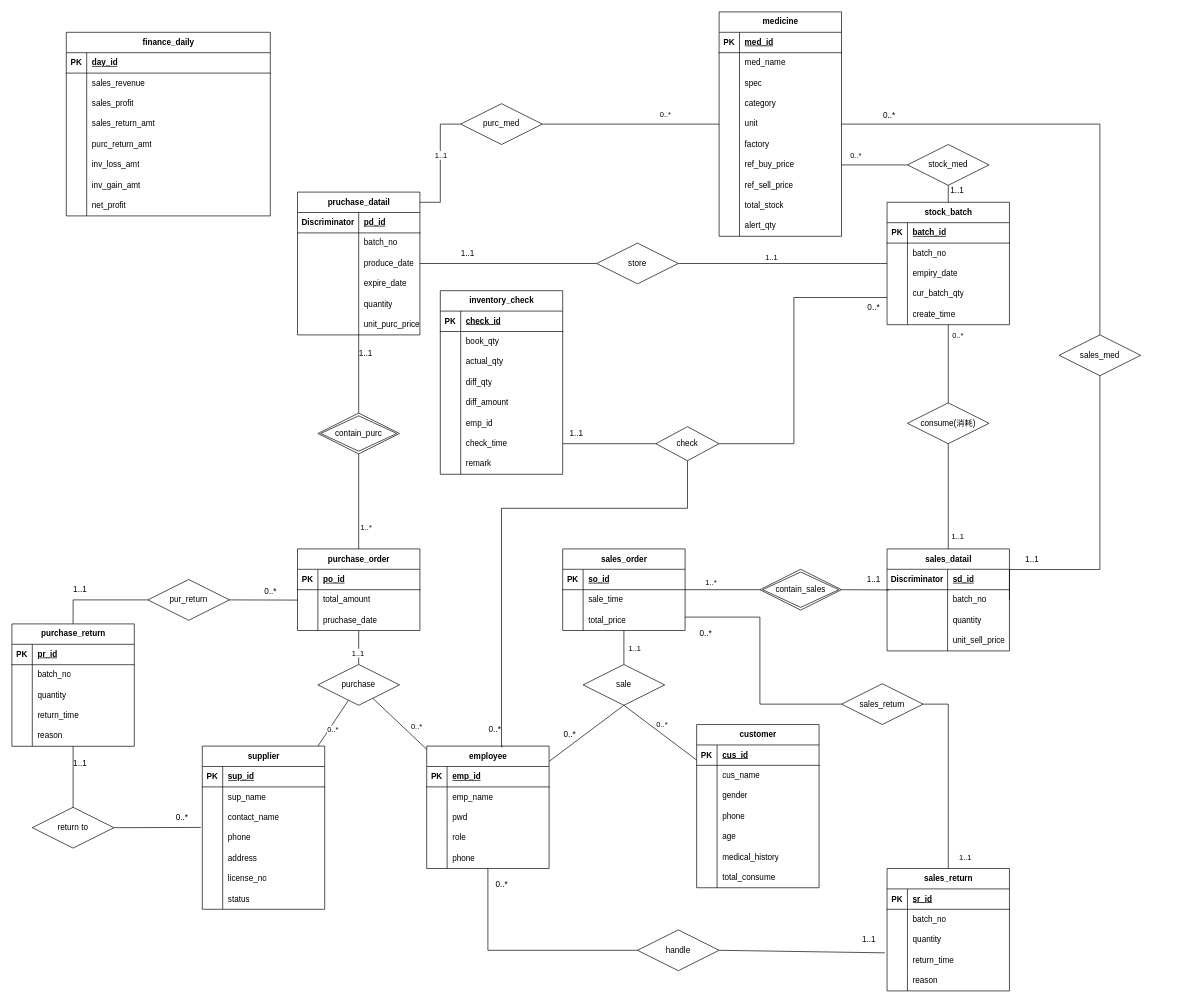
Above: ER.drawio in zhengxf37/medicine_sale (draw.io), before the change. Source tidied: cells renumbered, new cells numbered last; positions are measured from the earlier drawing's top-left corner, leaving out a move shared by most shapes. Both pictures are drawn from the tidied source at 68%, with x=0, y=0 at pixel (12, 12).
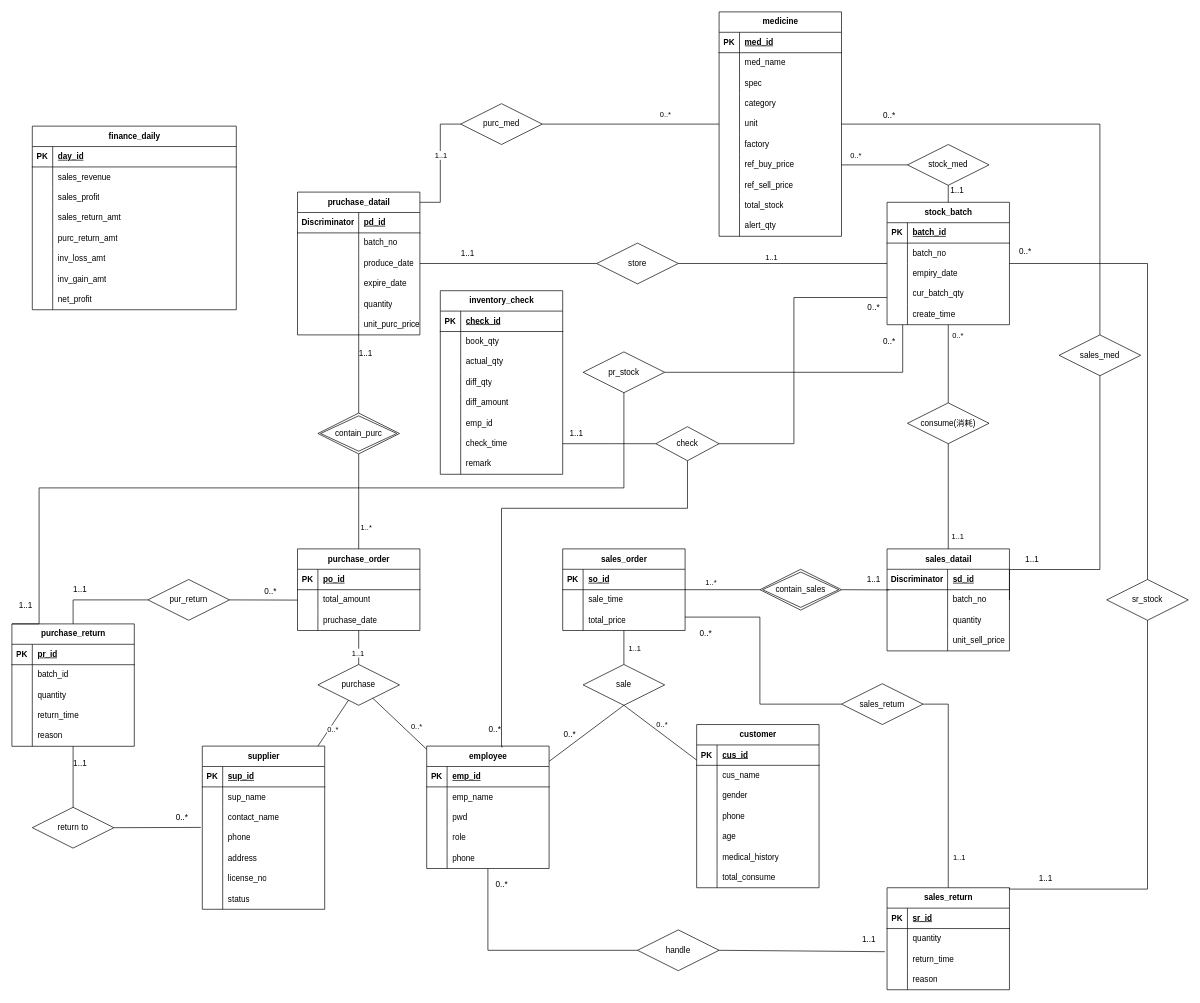
After the change.

Commit message (it also covers changes not shown here):
更新表结构

The change refers to these unchanged cells:
```xml
<mxCell id="93" value="stock_batch" style="shape=table;startSize=30;childLayout=tableLayout;rowLines=0;fontStyle=1;align=center;html=1;" parent="1" vertex="1">
  <mxGeometry x="1287" y="280" width="180" height="180" as="geometry" />
</mxCell>
<mxCell id="260" style="endArrow=none;html=1;rounded=0;exitX=1;exitY=0.5;exitDx=0;exitDy=0;edgeStyle=orthogonalEdgeStyle;" parent="1" edge="1" source="258" target="242">
  <mxGeometry relative="1" as="geometry">
    <Array as="points">
      <mxPoint x="1377" y="1018" />
    </Array>
  </mxGeometry>
</mxCell>
<mxCell id="266" value="purchase_return" style="shape=table;startSize=30;childLayout=tableLayout;rowLines=0;fontStyle=1;align=center;html=1;" parent="1" vertex="1">
  <mxGeometry y="900" width="180" height="180" as="geometry" />
</mxCell>
<mxCell id="270" style="shape=tableRow;horizontal=0;startSize=0;swimlaneHead=0;swimlaneBody=0;fillColor=none;top=0;left=0;right=0;bottom=0;" parent="266" vertex="1">
  <mxGeometry y="60" width="180" height="30" as="geometry" />
</mxCell>
```

Change to the diagram source:
```diff
@@
     <mxCell id="242" value="sales_return" style="shape=table;startSize=30;childLayout=tableLayout;rowLines=0;fontStyle=1;align=center;html=1;" parent="1" vertex="1">
-      <mxGeometry x="1287" y="1259.7" width="180" height="180" as="geometry" />
+      <mxGeometry x="1287" y="1288" width="180" height="150" as="geometry" />
     </mxCell>
@@
-    <mxCell id="246" style="shape=tableRow;horizontal=0;startSize=0;swimlaneHead=0;swimlaneBody=0;fillColor=none;top=0;left=0;right=0;bottom=0;" parent="242" vertex="1">
-      <mxGeometry y="60" width="180" height="30" as="geometry" />
-    </mxCell>
-    <mxCell id="247" style="shape=partialRectangle;fillColor=none;top=0;left=0;bottom=0;right=0;overflow=hidden;whiteSpace=wrap;html=1;" parent="246" vertex="1">
-      <mxGeometry width="30" height="30" as="geometry" />
-    </mxCell>
-    <mxCell id="248" value="batch_no" style="shape=partialRectangle;fillColor=none;top=0;left=0;bottom=0;right=0;align=left;spacingLeft=6;overflow=hidden;whiteSpace=wrap;html=1;" parent="246" vertex="1">
-      <mxGeometry x="30" width="150" height="30" as="geometry" />
-    </mxCell>
     <mxCell id="249" style="shape=tableRow;horizontal=0;startSize=0;swimlaneHead=0;swimlaneBody=0;fillColor=none;top=0;left=0;right=0;bottom=0;" parent="242" vertex="1">
-      <mxGeometry y="90" width="180" height="30" as="geometry" />
+      <mxGeometry y="60" width="180" height="30" as="geometry" />
     </mxCell>
@@
     <mxCell id="252" style="shape=tableRow;horizontal=0;startSize=0;swimlaneHead=0;swimlaneBody=0;fillColor=none;points=[[0,0.5],[1,0.5]];portConstraint=eastwest;top=0;left=0;right=0;bottom=0;" parent="242" vertex="1">
-      <mxGeometry y="120" width="180" height="30" as="geometry" />
+      <mxGeometry y="90" width="180" height="30" as="geometry" />
     </mxCell>
@@
     <mxCell id="255" style="shape=tableRow;horizontal=0;startSize=0;swimlaneHead=0;swimlaneBody=0;fillColor=none;top=0;left=0;right=0;bottom=0;" parent="242" vertex="1">
-      <mxGeometry y="150" width="180" height="30" as="geometry" />
+      <mxGeometry y="120" width="180" height="30" as="geometry" />
     </mxCell>
@@
     <mxCell id="261" value="1..1" style="edgeLabel;html=1;align=center;verticalAlign=middle;" parent="260" vertex="1">
       <mxGeometry x="-0.79" y="-6" relative="1" as="geometry">
-        <mxPoint x="32" y="219" as="offset" />
+        <mxPoint x="20" y="219" as="offset" />
       </mxGeometry>
     </mxCell>
@@
-    <mxCell id="272" value="batch_no" style="shape=partialRectangle;fillColor=none;top=0;left=0;bottom=0;right=0;align=left;spacingLeft=6;overflow=hidden;whiteSpace=wrap;html=1;" parent="270" vertex="1">
+    <mxCell id="272" value="batch_id" style="shape=partialRectangle;fillColor=none;top=0;left=0;bottom=0;right=0;align=left;spacingLeft=6;overflow=hidden;whiteSpace=wrap;html=1;" parent="270" vertex="1">
       <mxGeometry x="30" width="150" height="30" as="geometry" />
     </mxCell>
@@
     <mxCell id="292" value="finance_daily" style="shape=table;startSize=30;childLayout=tableLayout;rowLines=0;fontStyle=1;align=center;html=1;" parent="1" vertex="1">
-      <mxGeometry x="80" y="30" width="300" height="270" as="geometry" />
+      <mxGeometry x="30" y="168" width="300" height="270" as="geometry" />
     </mxCell>
@@
+    <mxCell id="319" value="sr_stock" style="shape=rhombus;perimeter=rhombusPerimeter;whiteSpace=wrap;html=1;align=center;" parent="1" vertex="1">
+      <mxGeometry x="1610" y="834.7" width="120" height="60" as="geometry" />
+    </mxCell>
+    <mxCell id="320" style="endArrow=none;html=1;rounded=0;entryX=0.5;entryY=1;entryDx=0;entryDy=0;edgeStyle=orthogonalEdgeStyle;exitX=1;exitY=0;exitDx=0;exitDy=0;" parent="1" edge="1" source="242" target="319">
+      <mxGeometry relative="1" as="geometry">
+        <Array as="points">
+          <mxPoint x="1467" y="1290" />
+          <mxPoint x="1670" y="1290" />
+        </Array>
+      </mxGeometry>
+    </mxCell>
+    <mxCell id="321" style="endArrow=none;html=1;rounded=0;entryX=0.5;entryY=0;entryDx=0;entryDy=0;edgeStyle=orthogonalEdgeStyle;" parent="1" edge="1" source="93" target="319">
+      <mxGeometry relative="1" as="geometry" />
+    </mxCell>
+    <mxCell id="322" value="1..1" style="text;html=1;align=center;verticalAlign=middle;strokeColor=none;fillColor=none;" parent="1" vertex="1">
+      <mxGeometry x="1500" y="1259.7" width="40" height="30" as="geometry" />
+    </mxCell>
+    <mxCell id="323" value="0..*" style="text;html=1;align=center;verticalAlign=middle;strokeColor=none;fillColor=none;" parent="1" vertex="1">
+      <mxGeometry x="1470" y="338" width="40" height="30" as="geometry" />
+    </mxCell>
+    <mxCell id="324" value="pr_stock" style="shape=rhombus;perimeter=rhombusPerimeter;whiteSpace=wrap;html=1;align=center;" parent="1" vertex="1">
+      <mxGeometry x="840" y="500" width="120" height="60" as="geometry" />
+    </mxCell>
+    <mxCell id="325" style="endArrow=none;html=1;rounded=0;exitX=0;exitY=0;exitDx=0;exitDy=0;entryX=0.5;entryY=1;entryDx=0;entryDy=0;edgeStyle=orthogonalEdgeStyle;" parent="1" edge="1" source="266" target="324">
+      <mxGeometry relative="1" as="geometry">
+        <Array as="points">
+          <mxPoint x="40" y="900" />
+          <mxPoint x="40" y="700" />
+          <mxPoint x="900" y="700" />
+        </Array>
+      </mxGeometry>
+    </mxCell>
+    <mxCell id="326" style="endArrow=none;html=1;rounded=0;exitX=1;exitY=0.5;exitDx=0;exitDy=0;edgeStyle=orthogonalEdgeStyle;" parent="1" edge="1" source="324" target="93">
+      <mxGeometry relative="1" as="geometry">
+        <Array as="points">
+          <mxPoint x="1310" y="530" />
+        </Array>
+      </mxGeometry>
+    </mxCell>
+    <mxCell id="327" value="1..1" style="text;html=1;align=center;verticalAlign=middle;strokeColor=none;fillColor=none;" parent="1" vertex="1">
+      <mxGeometry y="858" width="40" height="30" as="geometry" />
+    </mxCell>
+    <mxCell id="328" value="0..*" style="text;html=1;align=center;verticalAlign=middle;strokeColor=none;fillColor=none;" parent="1" vertex="1">
+      <mxGeometry x="1270" y="470" width="40" height="30" as="geometry" />
+    </mxCell>
```
